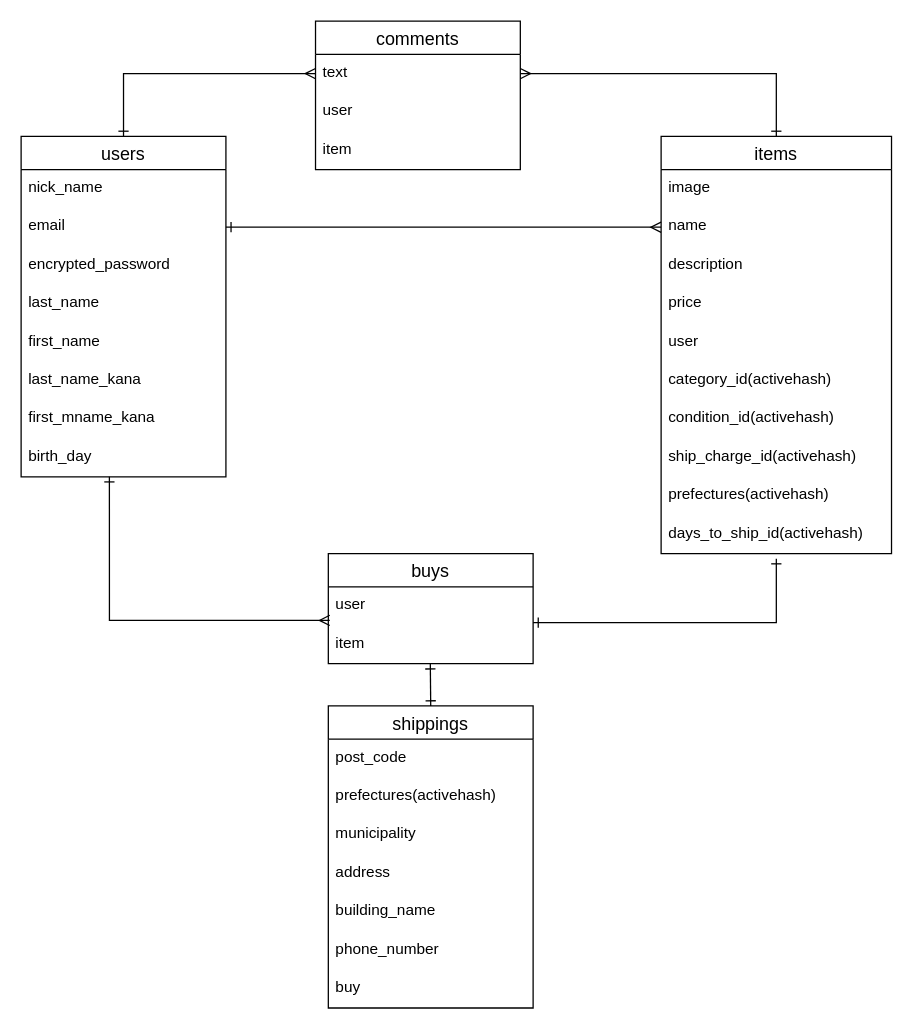
The draw.io diagram page "ページ1" (1 of 2) of ER.dio in Kazuki3dayo/furima-31103, before the edit. Source tidied: cells renumbered, new cells numbered last; positions are measured from the earlier drawing's top-left corner, leaving out a move shared by most shapes. Both pictures are drawn from the tidied source at 128%, with x=0, y=0 at pixel (20, 20).
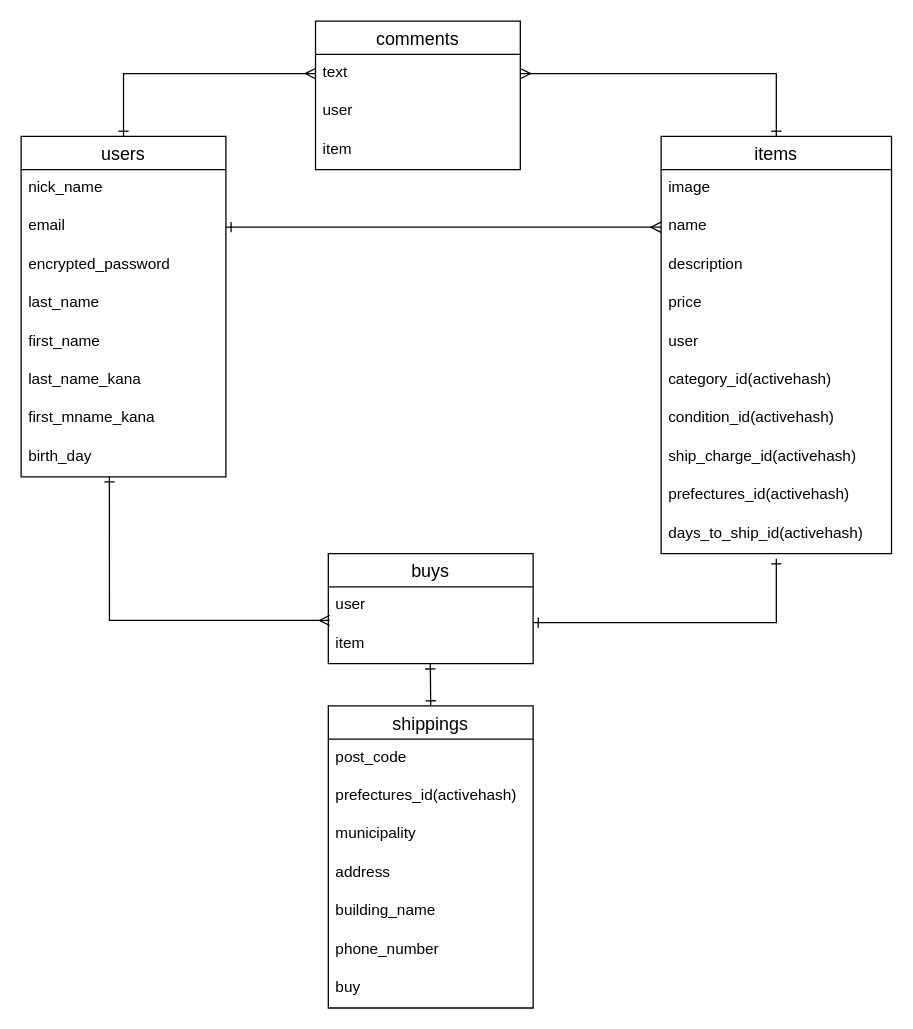
The same diagram, later.

The change refers to these unchanged cells:
```xml
<mxCell id="15" value="items" style="swimlane;fontStyle=0;horizontal=1;startSize=26;align=center;fontSize=14;" parent="1" vertex="1">
  <mxGeometry x="500" y="90" width="180" height="326" as="geometry" />
</mxCell>
<mxCell id="35" value="shippings" style="swimlane;fontStyle=0;horizontal=1;startSize=26;align=center;fontSize=14;" parent="1" vertex="1">
  <mxGeometry x="240" y="535" width="160" height="236" as="geometry" />
</mxCell>
```

What changed in the source:
```diff
@@
-    <mxCell id="24" value="prefectures(activehash)" style="text;strokeColor=none;fillColor=none;spacingLeft=4;spacingRight=4;overflow=hidden;fontSize=12;" parent="15" vertex="1">
+    <mxCell id="24" value="prefectures_id(activehash)" style="text;strokeColor=none;fillColor=none;spacingLeft=4;spacingRight=4;overflow=hidden;fontSize=12;" parent="15" vertex="1">
       <mxGeometry y="266" width="180" height="30" as="geometry" />
     </mxCell>
@@
-    <mxCell id="37" value="prefectures(activehash)" style="text;strokeColor=none;fillColor=none;spacingLeft=4;spacingRight=4;overflow=hidden;fontSize=12;" parent="35" vertex="1">
+    <mxCell id="37" value="prefectures_id(activehash)" style="text;strokeColor=none;fillColor=none;spacingLeft=4;spacingRight=4;overflow=hidden;fontSize=12;" parent="35" vertex="1">
       <mxGeometry y="56" width="160" height="30" as="geometry" />
     </mxCell>
```
